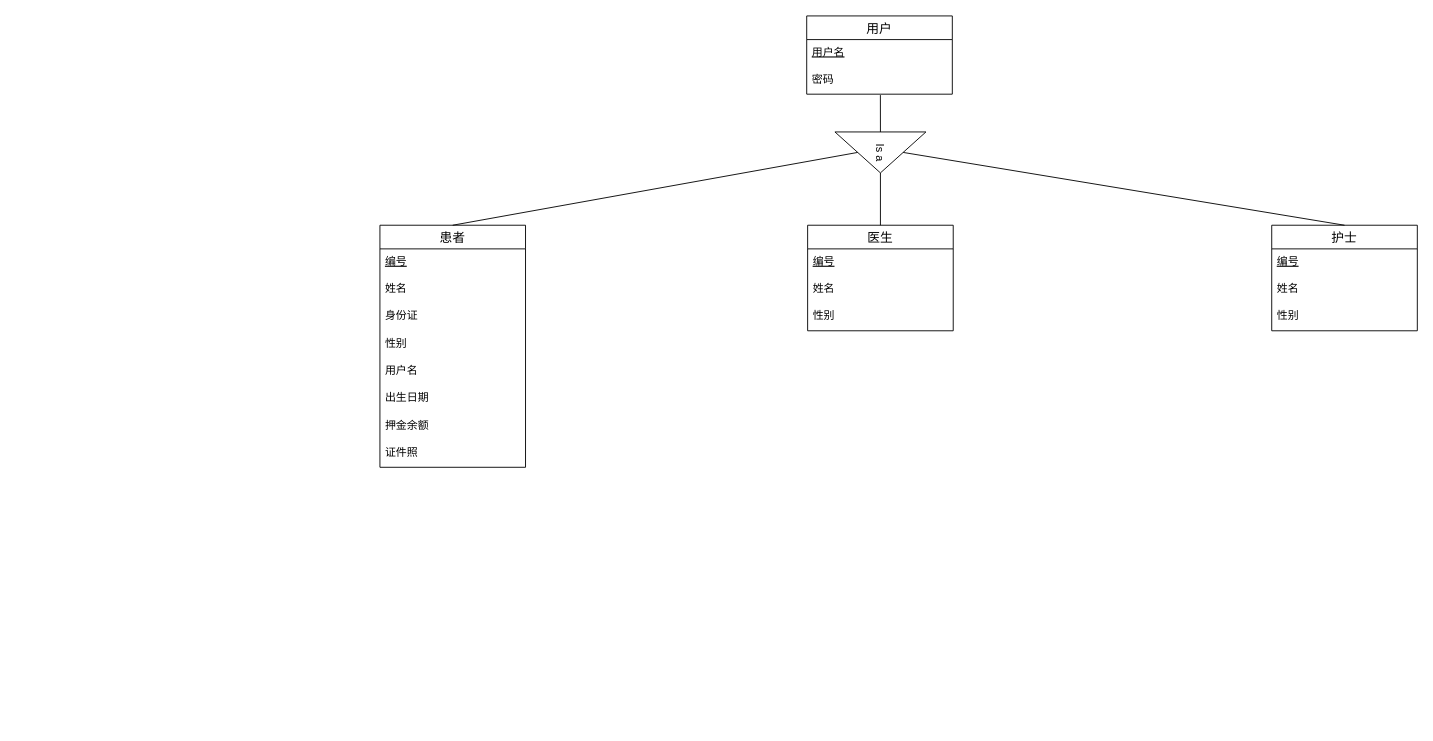
This is Untitled Diagram.drawio from Zhiwuyazhe1/hello-world, a draw.io file, before an edit. Source tidied: cells renumbered, new cells numbered last; positions are measured from the earlier drawing's top-left corner, leaving out a move shared by most shapes. Both pictures are drawn from the tidied source at 91%, with x=0, y=0 at pixel (379, 15).
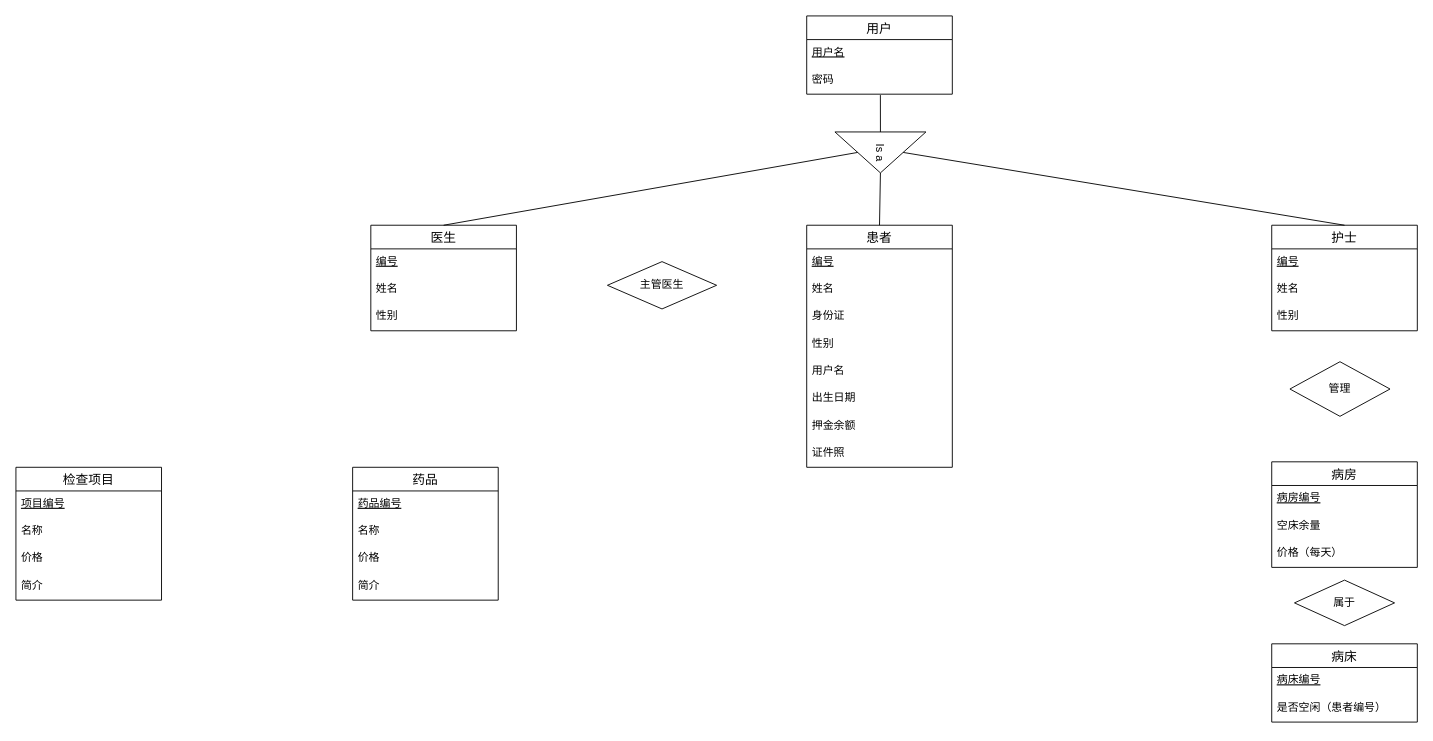
The same diagram, later.

The change refers to these unchanged cells:
```xml
<mxCell id="4" value="密码" style="text;strokeColor=none;fillColor=none;spacingLeft=4;spacingRight=4;overflow=hidden;points=[[0,0.5],[1,0.5]];portConstraint=eastwest;fontSize=12;" parent="2" vertex="1">
  <mxGeometry y="56" width="160" height="30" as="geometry" />
</mxCell>
<mxCell id="14" value="护士" style="swimlane;fontStyle=0;horizontal=1;startSize=26;align=center;fontSize=14;" parent="1" vertex="1">
  <mxGeometry x="980" y="230" width="160" height="116" as="geometry" />
</mxCell>
<mxCell id="22" value="Is a" style="triangle;whiteSpace=wrap;html=1;rotation=90;" parent="1" vertex="1">
  <mxGeometry x="527.5" y="100" width="45" height="100" as="geometry" />
</mxCell>
```

Change to the diagram source:
```diff
@@
     <mxCell id="5" value="患者" style="swimlane;fontStyle=0;horizontal=1;startSize=26;align=center;fontSize=14;" parent="1" vertex="1">
-      <mxGeometry y="230" width="160" height="266" as="geometry" />
+      <mxGeometry x="469" y="230" width="160" height="266" as="geometry" />
     </mxCell>
@@
     <mxCell id="18" value="医生" style="swimlane;fontStyle=0;horizontal=1;startSize=26;align=center;fontSize=14;" parent="1" vertex="1">
-      <mxGeometry x="470" y="230" width="160" height="116" as="geometry" />
+      <mxGeometry x="-10" y="230" width="160" height="116" as="geometry" />
     </mxCell>
@@
+    <mxCell id="24" style="endArrow=none;html=1;entryX=0.5;entryY=0;entryDx=0;entryDy=0;exitX=0.5;exitY=0;exitDx=0;exitDy=0;" parent="1" edge="1" source="22" target="14">
+      <mxGeometry relative="1" as="geometry" />
+    </mxCell>
+    <mxCell id="26" style="endArrow=none;html=1;entryX=0.506;entryY=1.033;entryDx=0;entryDy=0;entryPerimeter=0;exitX=0;exitY=0.5;exitDx=0;exitDy=0;" parent="1" edge="1" source="22" target="4">
+      <mxGeometry relative="1" as="geometry" />
+    </mxCell>
+    <mxCell id="27" value="主管医生" style="shape=rhombus;perimeter=rhombusPerimeter;whiteSpace=wrap;html=1;align=center;" parent="1" vertex="1">
+      <mxGeometry x="250" y="270" width="120" height="52" as="geometry" />
+    </mxCell>
+    <mxCell id="28" value="病房" style="swimlane;fontStyle=0;horizontal=1;startSize=26;align=center;fontSize=14;" parent="1" vertex="1">
+      <mxGeometry x="980" y="490" width="160" height="116" as="geometry" />
+    </mxCell>
+    <mxCell id="29" value="病房编号" style="text;strokeColor=none;fillColor=none;spacingLeft=4;spacingRight=4;overflow=hidden;fontSize=12;fontStyle=4;" parent="28" vertex="1">
+      <mxGeometry y="26" width="160" height="30" as="geometry" />
+    </mxCell>
+    <mxCell id="30" value="空床余量" style="text;strokeColor=none;fillColor=none;spacingLeft=4;spacingRight=4;overflow=hidden;fontSize=12;" parent="28" vertex="1">
+      <mxGeometry y="56" width="160" height="30" as="geometry" />
+    </mxCell>
+    <mxCell id="31" value="价格（每天）" style="text;strokeColor=none;fillColor=none;spacingLeft=4;spacingRight=4;overflow=hidden;fontSize=12;" parent="28" vertex="1">
+      <mxGeometry y="86" width="160" height="30" as="geometry" />
+    </mxCell>
+    <mxCell id="32" value="病床" style="swimlane;fontStyle=0;horizontal=1;startSize=26;align=center;fontSize=14;" parent="1" vertex="1">
+      <mxGeometry x="980" y="690" width="160" height="86" as="geometry" />
+    </mxCell>
+    <mxCell id="33" value="病床编号" style="text;strokeColor=none;fillColor=none;spacingLeft=4;spacingRight=4;overflow=hidden;fontSize=12;fontStyle=4;" parent="32" vertex="1">
+      <mxGeometry y="26" width="160" height="30" as="geometry" />
+    </mxCell>
+    <mxCell id="34" value="是否空闲（患者编号）" style="text;strokeColor=none;fillColor=none;spacingLeft=4;spacingRight=4;overflow=hidden;fontSize=12;" parent="32" vertex="1">
+      <mxGeometry y="56" width="160" height="30" as="geometry" />
+    </mxCell>
+    <mxCell id="35" value="药品" style="swimlane;fontStyle=0;horizontal=1;startSize=26;align=center;fontSize=14;" parent="1" vertex="1">
+      <mxGeometry x="-30" y="496" width="160" height="146" as="geometry" />
+    </mxCell>
+    <mxCell id="36" value="药品编号" style="text;strokeColor=none;fillColor=none;spacingLeft=4;spacingRight=4;overflow=hidden;fontSize=12;fontStyle=4;" parent="35" vertex="1">
+      <mxGeometry y="26" width="160" height="30" as="geometry" />
+    </mxCell>
+    <mxCell id="37" value="名称" style="text;strokeColor=none;fillColor=none;spacingLeft=4;spacingRight=4;overflow=hidden;fontSize=12;" parent="35" vertex="1">
+      <mxGeometry y="56" width="160" height="30" as="geometry" />
+    </mxCell>
+    <mxCell id="38" value="价格" style="text;strokeColor=none;fillColor=none;spacingLeft=4;spacingRight=4;overflow=hidden;fontSize=12;" parent="35" vertex="1">
+      <mxGeometry y="86" width="160" height="30" as="geometry" />
+    </mxCell>
+    <mxCell id="39" value="简介" style="text;strokeColor=none;fillColor=none;spacingLeft=4;spacingRight=4;overflow=hidden;fontSize=12;" parent="35" vertex="1">
+      <mxGeometry y="116" width="160" height="30" as="geometry" />
+    </mxCell>
+    <mxCell id="40" value="检查项目" style="swimlane;fontStyle=0;horizontal=1;startSize=26;align=center;fontSize=14;" parent="1" vertex="1">
+      <mxGeometry x="-400" y="496" width="160" height="146" as="geometry" />
+    </mxCell>
+    <mxCell id="41" value="项目编号" style="text;strokeColor=none;fillColor=none;spacingLeft=4;spacingRight=4;overflow=hidden;fontSize=12;fontStyle=4;" parent="40" vertex="1">
+      <mxGeometry y="26" width="160" height="30" as="geometry" />
+    </mxCell>
+    <mxCell id="42" value="名称" style="text;strokeColor=none;fillColor=none;spacingLeft=4;spacingRight=4;overflow=hidden;fontSize=12;" parent="40" vertex="1">
+      <mxGeometry y="56" width="160" height="30" as="geometry" />
+    </mxCell>
+    <mxCell id="43" value="价格" style="text;strokeColor=none;fillColor=none;spacingLeft=4;spacingRight=4;overflow=hidden;fontSize=12;" parent="40" vertex="1">
+      <mxGeometry y="86" width="160" height="30" as="geometry" />
+    </mxCell>
+    <mxCell id="44" value="简介" style="text;strokeColor=none;fillColor=none;spacingLeft=4;spacingRight=4;overflow=hidden;fontSize=12;" parent="40" vertex="1">
+      <mxGeometry y="116" width="160" height="30" as="geometry" />
+    </mxCell>
+    <mxCell id="45" value="管理" style="shape=rhombus;perimeter=rhombusPerimeter;whiteSpace=wrap;html=1;align=center;" parent="1" vertex="1">
+      <mxGeometry x="1000" y="380" width="110" height="60" as="geometry" />
+    </mxCell>
+    <mxCell id="46" value="属于" style="shape=rhombus;perimeter=rhombusPerimeter;whiteSpace=wrap;html=1;align=center;" parent="1" vertex="1">
+      <mxGeometry x="1005" y="620" width="110" height="50" as="geometry" />
+    </mxCell>
-    <mxCell id="23" style="endArrow=none;html=1;entryX=0.5;entryY=1;entryDx=0;entryDy=0;exitX=0.5;exitY=0;exitDx=0;exitDy=0;" parent="1" edge="1" source="5" target="22">
+    <mxCell id="23" style="endArrow=none;html=1;entryX=1;entryY=0.5;entryDx=0;entryDy=0;exitX=0.5;exitY=0;exitDx=0;exitDy=0;" parent="1" edge="1" source="5" target="22">
       <mxGeometry relative="1" as="geometry" />
     </mxCell>
-    <mxCell id="24" style="endArrow=none;html=1;entryX=0.5;entryY=0;entryDx=0;entryDy=0;exitX=0.5;exitY=0;exitDx=0;exitDy=0;" parent="1" edge="1" source="22" target="14">
-      <mxGeometry relative="1" as="geometry" />
-    </mxCell>
-    <mxCell id="25" style="endArrow=none;html=1;entryX=1;entryY=0.5;entryDx=0;entryDy=0;exitX=0.5;exitY=0;exitDx=0;exitDy=0;" parent="1" edge="1" source="18" target="22">
+    <mxCell id="25" style="endArrow=none;html=1;entryX=0.5;entryY=1;entryDx=0;entryDy=0;exitX=0.5;exitY=0;exitDx=0;exitDy=0;" parent="1" edge="1" source="18" target="22">
       <mxGeometry relative="1" as="geometry" />
     </mxCell>
-    <mxCell id="26" style="endArrow=none;html=1;entryX=0.506;entryY=1.033;entryDx=0;entryDy=0;entryPerimeter=0;exitX=0;exitY=0.5;exitDx=0;exitDy=0;" parent="1" edge="1" source="22" target="4">
-      <mxGeometry relative="1" as="geometry" />
-    </mxCell>
```
